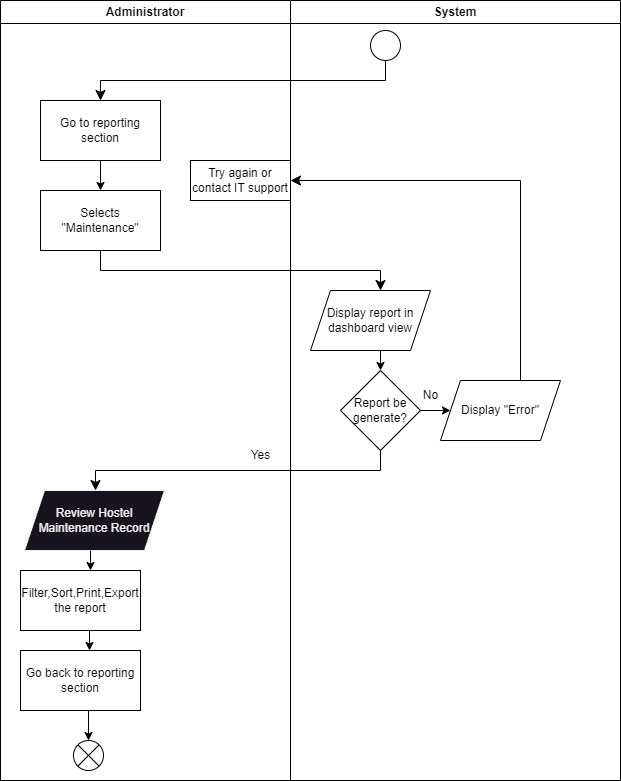
Earlier version of the draw.io export project/drawio/stakeholder/activity diagram/uc08.png (drshahizan/software-engineering). Source tidied: cells renumbered, new cells last; positions are measured from the earlier drawing's top-left corner, leaving out a move shared by most shapes. Source of this version:
```xml
<mxGraphModel>
  <root>
    <mxCell id="0" />
    <mxCell id="1" parent="0" />
    <mxCell id="2" style="ellipse;" parent="1" vertex="1">
      <mxGeometry x="370" y="30" width="30" height="30" as="geometry" />
    </mxCell>
    <mxCell id="3" style="edgeStyle=elbowEdgeStyle;elbow=vertical;endArrow=classic;html=1;curved=0;rounded=0;endSize=8;startSize=8;" parent="1" edge="1">
      <mxGeometry relative="1" as="geometry">
        <mxPoint x="385" y="60" as="sourcePoint" />
        <mxPoint x="100" y="100" as="targetPoint" />
      </mxGeometry>
    </mxCell>
    <mxCell id="4" value="Go to reporting section" style="rounded=0;whiteSpace=wrap;html=1;" parent="1" vertex="1">
      <mxGeometry x="40" y="100" width="120" height="60" as="geometry" />
    </mxCell>
    <mxCell id="5" style="endArrow=classic;html=1;" parent="1" edge="1">
      <mxGeometry relative="1" as="geometry">
        <mxPoint x="100" y="160" as="sourcePoint" />
        <mxPoint x="100" y="190" as="targetPoint" />
      </mxGeometry>
    </mxCell>
    <mxCell id="6" value="Selects &quot;Maintenance&quot;" style="rounded=0;whiteSpace=wrap;html=1;" parent="1" vertex="1">
      <mxGeometry x="40" y="190" width="120" height="60" as="geometry" />
    </mxCell>
    <mxCell id="7" style="edgeStyle=elbowEdgeStyle;elbow=vertical;endArrow=classic;html=1;curved=0;rounded=0;endSize=8;startSize=8;" parent="1" edge="1">
      <mxGeometry relative="1" as="geometry">
        <mxPoint x="100" y="250" as="sourcePoint" />
        <mxPoint x="380" y="290" as="targetPoint" />
      </mxGeometry>
    </mxCell>
    <mxCell id="8" value="Display report in dashboard view" style="shape=parallelogram;perimeter=parallelogramPerimeter;whiteSpace=wrap;html=1;fixedSize=1;" parent="1" vertex="1">
      <mxGeometry x="310" y="290" width="120" height="60" as="geometry" />
    </mxCell>
    <mxCell id="9" style="endArrow=classic;html=1;" parent="1" edge="1">
      <mxGeometry relative="1" as="geometry">
        <mxPoint x="380" y="350" as="sourcePoint" />
        <mxPoint x="380" y="370" as="targetPoint" />
      </mxGeometry>
    </mxCell>
    <mxCell id="10" value="Report be generate?" style="rhombus;whiteSpace=wrap;html=1;" parent="1" vertex="1">
      <mxGeometry x="340" y="370" width="80" height="80" as="geometry" />
    </mxCell>
    <mxCell id="11" value="Yes" style="text;html=1;align=center;verticalAlign=middle;strokeColor=none;fillColor=none;" parent="1" vertex="1">
      <mxGeometry x="240" y="440" width="40" height="30" as="geometry" />
    </mxCell>
    <mxCell id="12" style="edgeStyle=elbowEdgeStyle;elbow=vertical;endArrow=classic;html=1;curved=0;rounded=0;endSize=8;startSize=8;" parent="1" edge="1">
      <mxGeometry relative="1" as="geometry">
        <mxPoint x="380" y="450" as="sourcePoint" />
        <mxPoint x="95" y="490" as="targetPoint" />
      </mxGeometry>
    </mxCell>
    <mxCell id="13" value="Review Hostel Maintenance Record" style="shape=parallelogram;perimeter=parallelogramPerimeter;whiteSpace=wrap;html=1;fixedSize=1;fontFamily=Helvetica;fontSize=12;fontColor=rgb(240, 240, 240);align=center;strokeColor=rgb(240, 240, 240);fillColor=rgb(24, 20, 29);" parent="1" vertex="1">
      <mxGeometry x="24" y="490" width="140" height="60" as="geometry" />
    </mxCell>
    <mxCell id="14" style="endArrow=classic;html=1;" parent="1" edge="1">
      <mxGeometry relative="1" as="geometry">
        <mxPoint x="90" y="550" as="sourcePoint" />
        <mxPoint x="90" y="570" as="targetPoint" />
      </mxGeometry>
    </mxCell>
    <mxCell id="15" value="Filter,Sort,Print,Export the report" style="rounded=0;whiteSpace=wrap;html=1;" parent="1" vertex="1">
      <mxGeometry x="20" y="570" width="120" height="60" as="geometry" />
    </mxCell>
    <mxCell id="16" style="endArrow=classic;html=1;" parent="1" edge="1">
      <mxGeometry relative="1" as="geometry">
        <mxPoint x="89" y="630" as="sourcePoint" />
        <mxPoint x="89" y="650" as="targetPoint" />
      </mxGeometry>
    </mxCell>
    <mxCell id="17" value="Go back to reporting section" style="rounded=0;whiteSpace=wrap;html=1;" parent="1" vertex="1">
      <mxGeometry x="20" y="650" width="120" height="60" as="geometry" />
    </mxCell>
    <mxCell id="18" style="endArrow=classic;html=1;" parent="1" edge="1">
      <mxGeometry relative="1" as="geometry">
        <mxPoint x="88" y="710" as="sourcePoint" />
        <mxPoint x="88" y="740" as="targetPoint" />
      </mxGeometry>
    </mxCell>
    <mxCell id="19" style="shape=sumEllipse;perimeter=ellipsePerimeter;whiteSpace=wrap;html=1;backgroundOutline=1;" parent="1" vertex="1">
      <mxGeometry x="73" y="740" width="30" height="30" as="geometry" />
    </mxCell>
    <mxCell id="20" style="endArrow=classic;html=1;" parent="1" edge="1">
      <mxGeometry relative="1" as="geometry">
        <mxPoint x="420" y="410" as="sourcePoint" />
        <mxPoint x="450" y="410" as="targetPoint" />
      </mxGeometry>
    </mxCell>
    <mxCell id="21" value="No" style="text;html=1;align=center;verticalAlign=middle;strokeColor=none;fillColor=none;" parent="1" vertex="1">
      <mxGeometry x="410" y="380" width="40" height="30" as="geometry" />
    </mxCell>
    <mxCell id="22" value="Display &quot;Error&quot;" style="shape=parallelogram;perimeter=parallelogramPerimeter;whiteSpace=wrap;html=1;fixedSize=1;" parent="1" vertex="1">
      <mxGeometry x="440" y="380" width="120" height="60" as="geometry" />
    </mxCell>
    <mxCell id="23" style="edgeStyle=elbowEdgeStyle;elbow=vertical;endArrow=classic;html=1;curved=0;rounded=0;endSize=8;startSize=8;" parent="1" edge="1">
      <mxGeometry relative="1" as="geometry">
        <mxPoint x="520" y="380" as="sourcePoint" />
        <mxPoint x="290" y="180" as="targetPoint" />
        <Array as="points">
          <mxPoint x="380" y="180" />
        </Array>
      </mxGeometry>
    </mxCell>
    <mxCell id="24" value="Try again or contact IT support" style="rounded=0;whiteSpace=wrap;html=1;" parent="1" vertex="1">
      <mxGeometry x="190" y="160" width="100" height="40" as="geometry" />
    </mxCell>
    <mxCell id="25" value="Administrator" style="swimlane;whiteSpace=wrap;html=1;startSize=23;" parent="1" vertex="1">
      <mxGeometry width="290" height="780" as="geometry" />
    </mxCell>
    <mxCell id="26" value="System" style="swimlane;whiteSpace=wrap;html=1;" parent="1" vertex="1">
      <mxGeometry x="290" width="330" height="780" as="geometry" />
    </mxCell>
  </root>
</mxGraphModel>
```
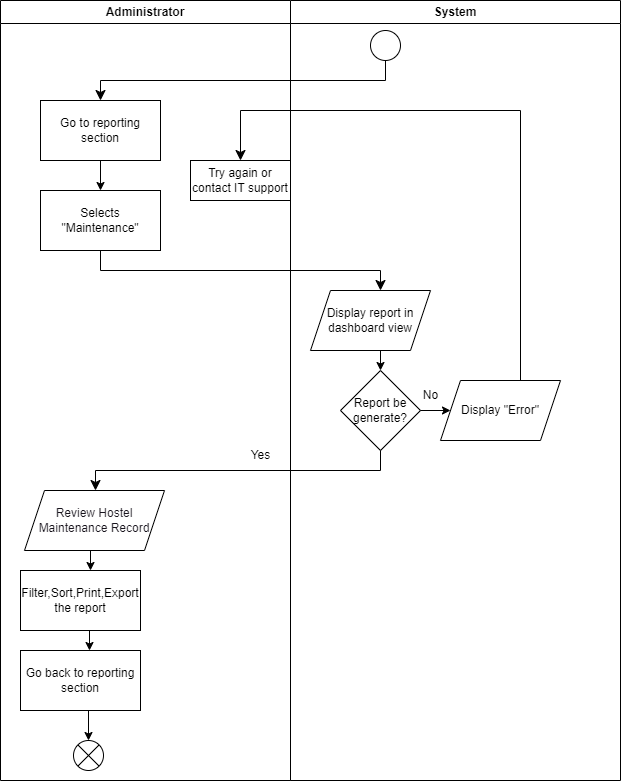
Later version of the same file.

Diff of the diagram source:
```diff
@@ -50,7 +50,7 @@
         <mxPoint x="95" y="490" as="targetPoint" />
       </mxGeometry>
     </mxCell>
-    <mxCell id="13" value="Review Hostel Maintenance Record" style="shape=parallelogram;perimeter=parallelogramPerimeter;whiteSpace=wrap;html=1;fixedSize=1;fontFamily=Helvetica;fontSize=12;fontColor=rgb(240, 240, 240);align=center;strokeColor=rgb(240, 240, 240);fillColor=rgb(24, 20, 29);" parent="1" vertex="1">
+    <mxCell id="13" value="&lt;font color=&quot;#18141d&quot;&gt;Review Hostel Maintenance Record&lt;/font&gt;" style="shape=parallelogram;perimeter=parallelogramPerimeter;whiteSpace=wrap;html=1;fixedSize=1;fontFamily=Helvetica;fontSize=12;fontColor=rgb(240, 240, 240);align=center;strokeColor=#000000;fillColor=#FFFFFF;" parent="1" vertex="1">
       <mxGeometry x="24" y="490" width="140" height="60" as="geometry" />
     </mxCell>
     <mxCell id="14" style="endArrow=classic;html=1;" parent="1" edge="1">
@@ -95,9 +95,9 @@
     <mxCell id="23" style="edgeStyle=elbowEdgeStyle;elbow=vertical;endArrow=classic;html=1;curved=0;rounded=0;endSize=8;startSize=8;" parent="1" edge="1">
       <mxGeometry relative="1" as="geometry">
         <mxPoint x="520" y="380" as="sourcePoint" />
-        <mxPoint x="290" y="180" as="targetPoint" />
+        <mxPoint x="240" y="160" as="targetPoint" />
         <Array as="points">
-          <mxPoint x="380" y="180" />
+          <mxPoint x="250" y="110" />
         </Array>
       </mxGeometry>
     </mxCell>
```
